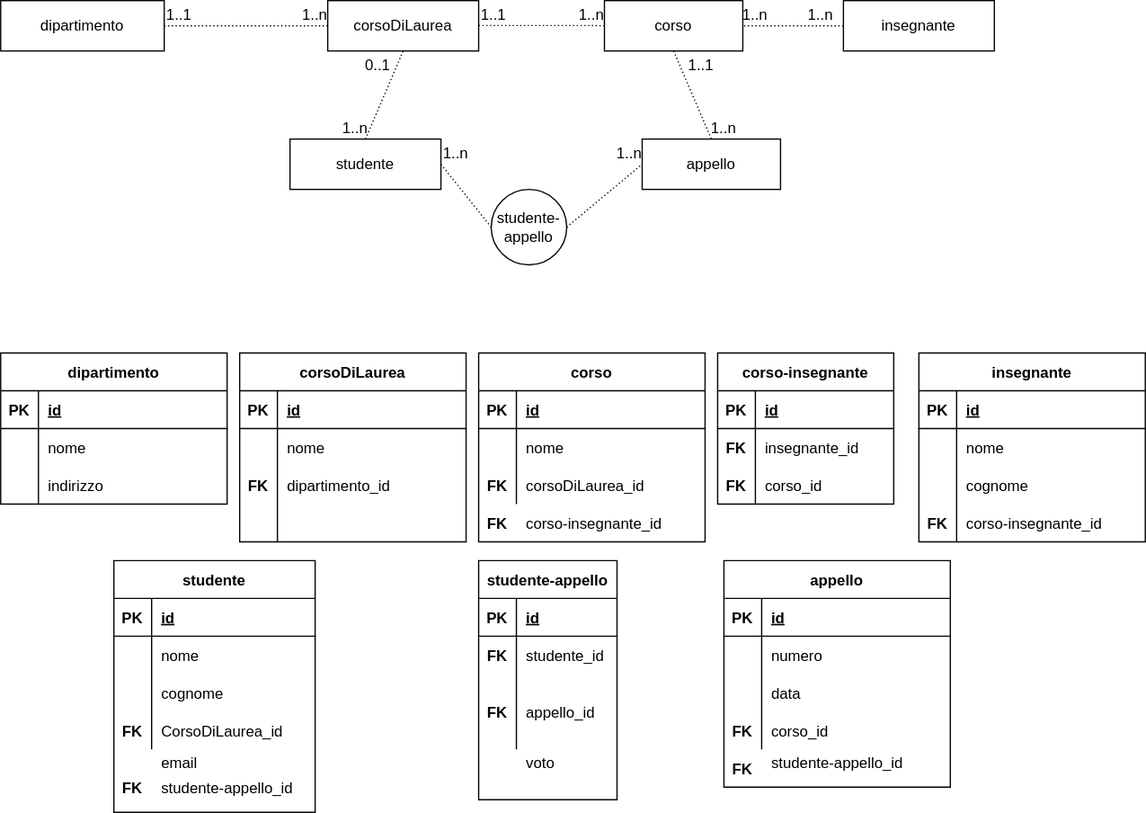
Before: Untitled Diagram.drawio.svg, a diagram exported from draw.io (MicheleManco/db-university). Source tidied: cells renumbered, new cells last; positions are measured from the earlier drawing's top-left corner, leaving out a move shared by most shapes.
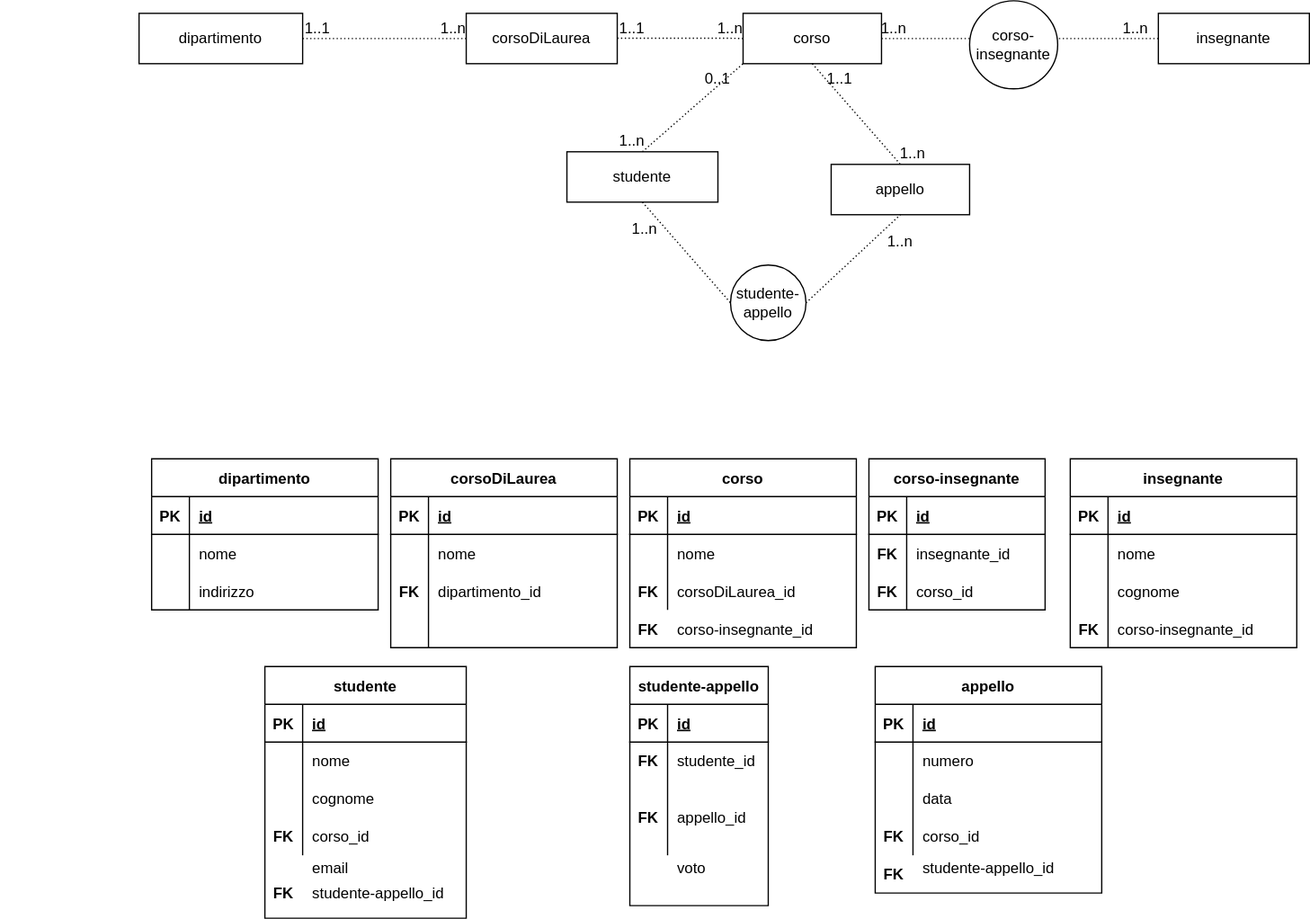
The same file after the commit.

The edit, as a diff of the source:
```diff
@@ -3,29 +3,29 @@
     <mxCell id="0" />
     <mxCell id="1" parent="0" />
     <mxCell id="2" value="dipartimento" style="rounded=0;whiteSpace=wrap;html=1;" parent="1" vertex="1">
-      <mxGeometry width="130" height="40" as="geometry" />
+      <mxGeometry x="-10" y="-74" width="130" height="40" as="geometry" />
     </mxCell>
     <mxCell id="3" value="corsoDiLaurea" style="rounded=0;whiteSpace=wrap;html=1;" parent="1" vertex="1">
-      <mxGeometry x="260" width="120" height="40" as="geometry" />
+      <mxGeometry x="250" y="-74" width="120" height="40" as="geometry" />
     </mxCell>
     <mxCell id="4" value="corso" style="rounded=0;whiteSpace=wrap;html=1;" parent="1" vertex="1">
-      <mxGeometry x="480" width="110" height="40" as="geometry" />
+      <mxGeometry x="470" y="-74" width="110" height="40" as="geometry" />
     </mxCell>
     <mxCell id="5" value="insegnante" style="rounded=0;whiteSpace=wrap;html=1;" parent="1" vertex="1">
-      <mxGeometry x="670" width="120" height="40" as="geometry" />
+      <mxGeometry x="800" y="-74" width="120" height="40" as="geometry" />
     </mxCell>
     <mxCell id="6" value="appello" style="rounded=0;whiteSpace=wrap;html=1;" parent="1" vertex="1">
-      <mxGeometry x="510" y="110" width="110" height="40" as="geometry" />
+      <mxGeometry x="540" y="46" width="110" height="40" as="geometry" />
     </mxCell>
     <mxCell id="7" value="studente" style="rounded=0;whiteSpace=wrap;html=1;" parent="1" vertex="1">
-      <mxGeometry x="230" y="110" width="120" height="40" as="geometry" />
+      <mxGeometry x="330" y="36" width="120" height="40" as="geometry" />
     </mxCell>
     <mxCell id="8" style="endArrow=none;html=1;rounded=0;dashed=1;dashPattern=1 2;entryX=0;entryY=0.75;entryDx=0;entryDy=0;" parent="1" edge="1">
       <mxGeometry relative="1" as="geometry">
-        <mxPoint x="130" y="20" as="sourcePoint" />
-        <mxPoint x="260" y="20" as="targetPoint" />
+        <mxPoint x="120" y="-54" as="sourcePoint" />
+        <mxPoint x="250" y="-54" as="targetPoint" />
         <Array as="points">
-          <mxPoint x="220" y="20" />
+          <mxPoint x="210" y="-54" />
         </Array>
       </mxGeometry>
     </mxCell>
@@ -37,10 +37,10 @@
     </mxCell>
     <mxCell id="11" style="endArrow=none;html=1;rounded=0;dashed=1;dashPattern=1 2;" parent="1" edge="1">
       <mxGeometry relative="1" as="geometry">
-        <mxPoint x="380" y="19.8" as="sourcePoint" />
-        <mxPoint x="480" y="20" as="targetPoint" />
+        <mxPoint x="370" y="-54.2" as="sourcePoint" />
+        <mxPoint x="470" y="-54" as="targetPoint" />
         <Array as="points">
-          <mxPoint x="470" y="19.8" />
+          <mxPoint x="460" y="-54.2" />
         </Array>
       </mxGeometry>
     </mxCell>
@@ -76,7 +76,7 @@
         <mxPoint x="20" as="offset" />
       </mxGeometry>
     </mxCell>
-    <mxCell id="20" style="endArrow=none;html=1;rounded=0;dashed=1;dashPattern=1 2;exitX=0.5;exitY=0;exitDx=0;exitDy=0;entryX=0.5;entryY=1;entryDx=0;entryDy=0;" parent="1" edge="1" source="7" target="3">
+    <mxCell id="20" style="endArrow=none;html=1;rounded=0;dashed=1;dashPattern=1 2;exitX=0.5;exitY=0;exitDx=0;exitDy=0;entryX=0;entryY=1;entryDx=0;entryDy=0;" parent="1" edge="1" source="7" target="4">
       <mxGeometry relative="1" as="geometry" />
     </mxCell>
     <mxCell id="21" value="1..n" style="html=1;align=left;verticalAlign=bottom;" parent="20" vertex="1">
@@ -89,11 +89,13 @@
         <mxPoint x="-10" y="20" as="offset" />
       </mxGeometry>
     </mxCell>
-    <mxCell id="23" style="endArrow=none;html=1;rounded=0;dashed=1;dashPattern=1 2;entryX=0;entryY=0.5;entryDx=0;entryDy=0;exitX=1;exitY=0.5;exitDx=0;exitDy=0;startArrow=none;" parent="1" edge="1" source="127" target="6">
+    <mxCell id="23" style="endArrow=none;html=1;rounded=0;dashed=1;dashPattern=1 2;startArrow=none;entryX=0.5;entryY=1;entryDx=0;entryDy=0;exitX=1;exitY=0.5;exitDx=0;exitDy=0;" parent="1" edge="1" source="127" target="6">
       <mxGeometry relative="1" as="geometry" />
     </mxCell>
     <mxCell id="24" value="1..n" style="html=1;align=right;verticalAlign=bottom;" parent="23" vertex="1">
-      <mxGeometry x="1" relative="1" as="geometry" />
+      <mxGeometry x="1" relative="1" as="geometry">
+        <mxPoint x="10" y="30" as="offset" />
+      </mxGeometry>
     </mxCell>
     <mxCell id="25" value="dipartimento" style="shape=table;startSize=30;rowLines=0;fontStyle=1;align=center;" parent="1" vertex="1">
       <mxGeometry y="280" width="180" height="120" as="geometry" />
@@ -195,7 +197,7 @@
       <mxGeometry x="30" width="150" height="30" as="geometry" />
     </mxCell>
     <mxCell id="58" style="shape=tableRow;horizontal=0;startSize=0;swimlaneHead=0;swimlaneBody=0;fillColor=none;top=0;left=0;right=0;bottom=0;" parent="1" vertex="1">
-      <mxGeometry y="389" width="180" height="30" as="geometry" />
+      <mxGeometry x="-120" y="265" width="180" height="30" as="geometry" />
     </mxCell>
     <mxCell id="59" value="studente" style="shape=table;startSize=30;rowLines=0;fontStyle=1;align=center;" parent="1" vertex="1">
       <mxGeometry x="90" y="445" width="160" height="200" as="geometry" />
@@ -233,7 +235,7 @@
     <mxCell id="70" value="FK" style="shape=partialRectangle;fillColor=none;top=0;left=0;bottom=0;right=0;overflow=hidden;fontStyle=1;" parent="69" vertex="1">
       <mxGeometry width="30" height="30" as="geometry" />
     </mxCell>
-    <mxCell id="71" value="CorsoDiLaurea_id" style="shape=partialRectangle;fillColor=none;top=0;left=0;bottom=0;right=0;align=left;spacingLeft=6;overflow=hidden;" parent="69" vertex="1">
+    <mxCell id="71" value="corso_id" style="shape=partialRectangle;fillColor=none;top=0;left=0;bottom=0;right=0;align=left;spacingLeft=6;overflow=hidden;" parent="69" vertex="1">
       <mxGeometry x="30" width="130" height="30" as="geometry" />
     </mxCell>
     <mxCell id="72" value="appello" style="shape=table;startSize=30;rowLines=0;fontStyle=1;align=center;" parent="1" vertex="1">
@@ -276,13 +278,13 @@
       <mxGeometry x="30" width="150" height="30" as="geometry" />
     </mxCell>
     <mxCell id="85" style="shape=tableRow;horizontal=0;startSize=0;swimlaneHead=0;swimlaneBody=0;fillColor=none;top=0;left=0;right=0;bottom=0;" parent="1" vertex="1">
-      <mxGeometry y="590" width="180" height="30" as="geometry" />
+      <mxGeometry x="-120" y="466" width="180" height="30" as="geometry" />
     </mxCell>
     <mxCell id="86" style="shape=partialRectangle;fillColor=none;top=0;left=0;bottom=0;right=0;overflow=hidden;fontStyle=1;" parent="85" vertex="1">
       <mxGeometry width="30" height="30" as="geometry" />
     </mxCell>
     <mxCell id="87" style="shape=partialRectangle;fillColor=none;top=0;left=0;bottom=0;right=0;align=left;spacingLeft=6;overflow=hidden;" parent="85" vertex="1">
-      <mxGeometry x="30" width="150" height="30" as="geometry" />
+      <mxGeometry x="150" y="124" width="150" height="30" as="geometry" />
     </mxCell>
     <mxCell id="88" value="studente-appello" style="shape=table;startSize=30;rowLines=0;fontStyle=1;align=center;" parent="1" vertex="1">
       <mxGeometry x="380" y="445" width="110" height="190" as="geometry" />
@@ -402,13 +404,15 @@
       <mxGeometry x="90" y="610" width="160" height="30" as="geometry" />
     </mxCell>
     <mxCell id="127" value="studente-appello" style="ellipse;whiteSpace=wrap;html=1;" parent="1" vertex="1">
-      <mxGeometry x="390" y="150" width="60" height="60" as="geometry" />
+      <mxGeometry x="460" y="126" width="60" height="60" as="geometry" />
     </mxCell>
-    <mxCell id="128" style="endArrow=none;html=1;rounded=0;dashed=1;dashPattern=1 2;entryX=0;entryY=0.5;entryDx=0;entryDy=0;exitX=1;exitY=0.5;exitDx=0;exitDy=0;" parent="1" edge="1" source="7" target="127">
+    <mxCell id="128" style="endArrow=none;html=1;rounded=0;dashed=1;dashPattern=1 2;entryX=0;entryY=0.5;entryDx=0;entryDy=0;exitX=0.5;exitY=1;exitDx=0;exitDy=0;" parent="1" edge="1" source="7" target="127">
       <mxGeometry relative="1" as="geometry" />
     </mxCell>
     <mxCell id="129" value="1..n" style="html=1;align=left;verticalAlign=bottom;" parent="128" vertex="1">
-      <mxGeometry x="-1" relative="1" as="geometry" />
+      <mxGeometry x="-1" relative="1" as="geometry">
+        <mxPoint x="-10" y="30" as="offset" />
+      </mxGeometry>
     </mxCell>
     <mxCell id="130" style="shape=tableRow;horizontal=0;startSize=0;swimlaneHead=0;swimlaneBody=0;fillColor=none;top=0;left=0;right=0;bottom=0;" parent="1" vertex="1">
       <mxGeometry x="260" y="570" width="110" height="60" as="geometry" />
@@ -437,5 +441,8 @@
     <mxCell id="138" value="FK" style="shape=partialRectangle;fillColor=none;top=0;left=0;bottom=0;right=0;overflow=hidden;fontStyle=1;" parent="1" vertex="1">
       <mxGeometry x="90" y="610" width="30" height="30" as="geometry" />
     </mxCell>
+    <mxCell id="139" value="corso-insegnante" style="ellipse;whiteSpace=wrap;html=1;" parent="1" vertex="1">
+      <mxGeometry x="650" y="-84" width="70" height="70" as="geometry" />
+    </mxCell>
   </root>
 </mxGraphModel>
```
